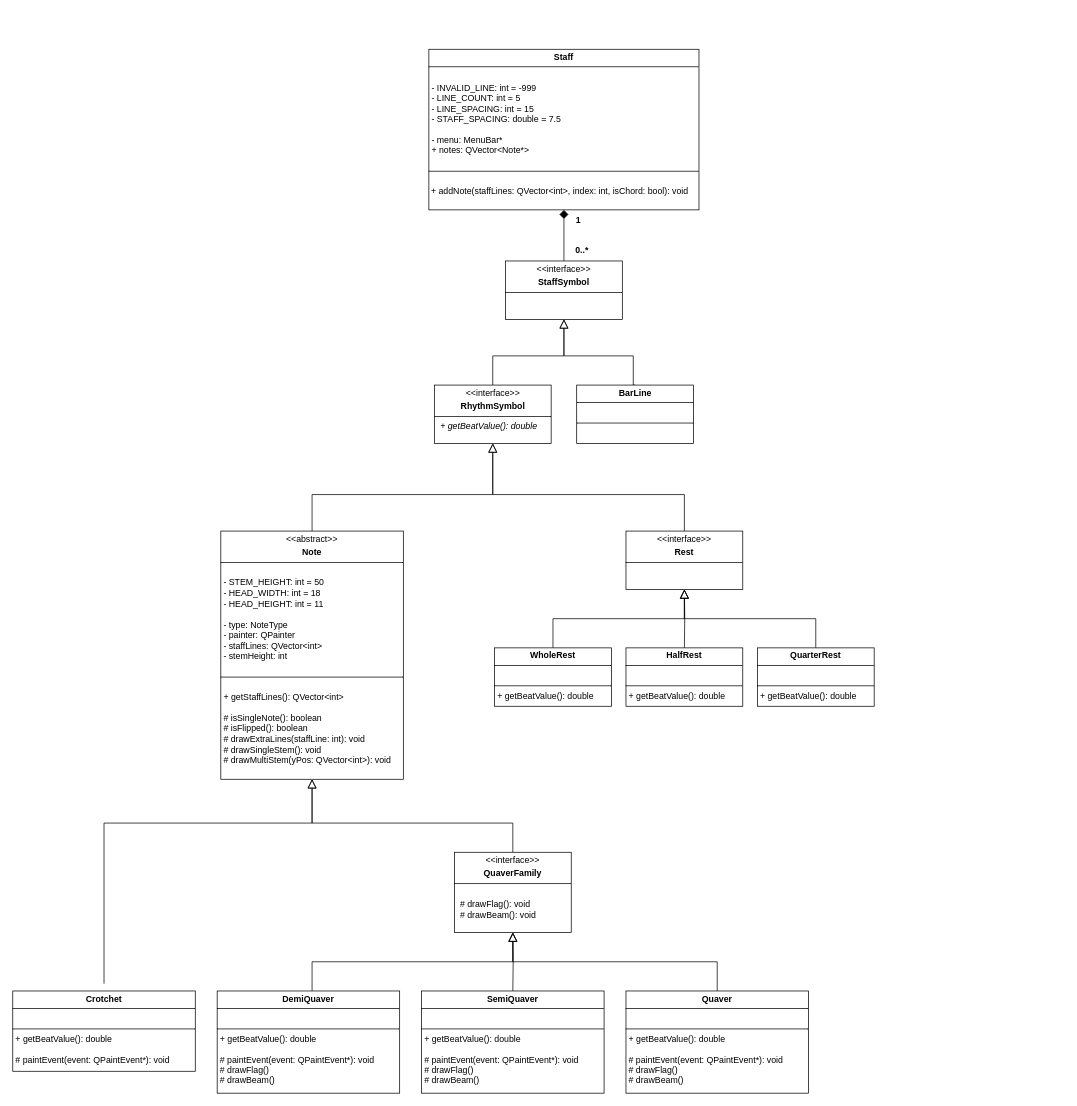
Above: UMLDiagram.drawio in EthanL285/TabPro (draw.io), before the change. Source tidied: cells renumbered, new cells numbered last; positions are measured from the earlier drawing's top-left corner, leaving out a move shared by most shapes. Both pictures are drawn from the tidied source at 73%, with x=0, y=0 at pixel (12, 49).
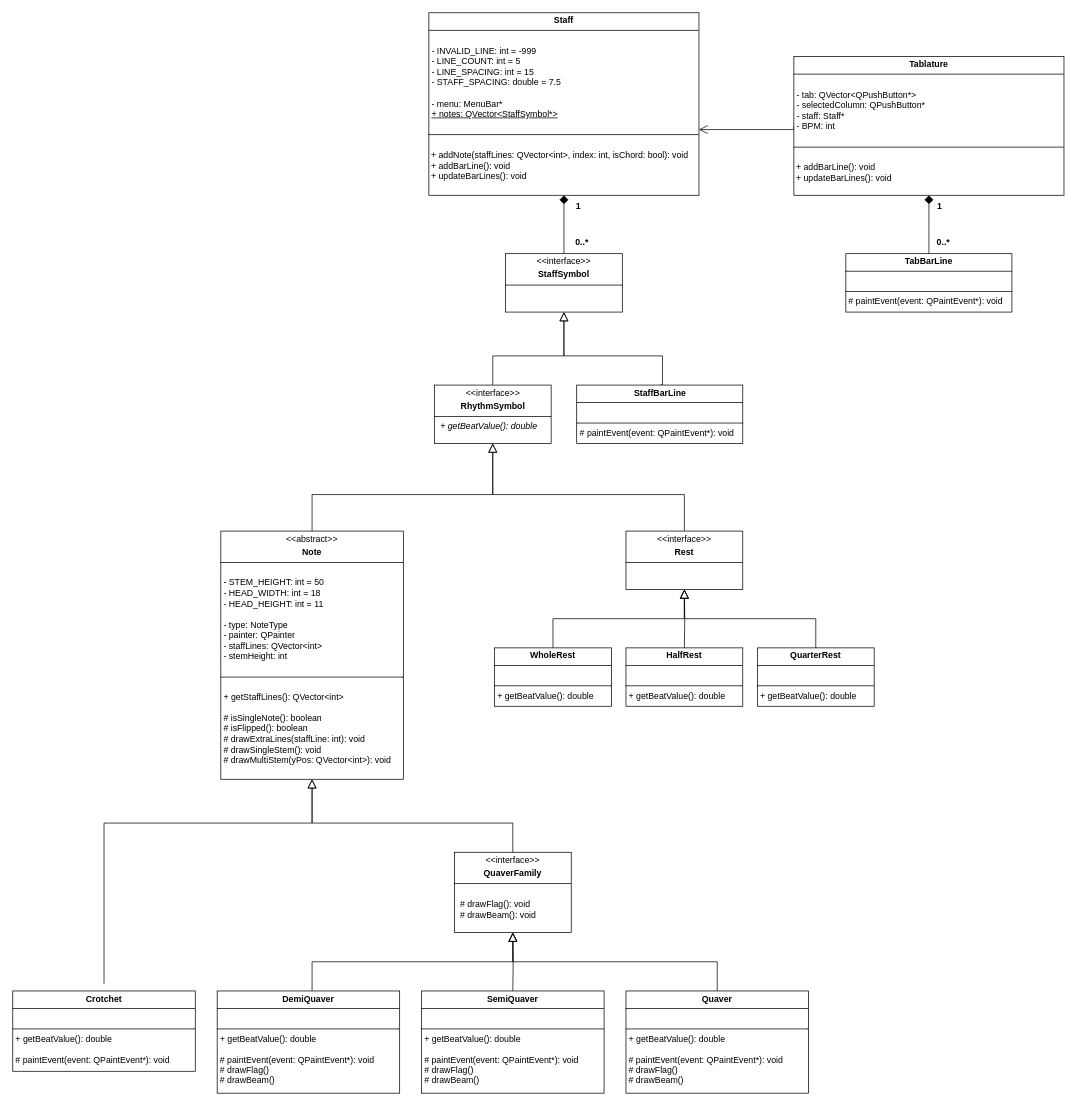
Above is the later version.

The edit, as a diff of the source:
```diff
@@
     <mxCell id="11" value="&lt;p style=&quot;margin: 4px 0px 0px; text-align: center;&quot;&gt;&amp;lt;&amp;lt;interface&amp;gt;&amp;gt;&lt;/p&gt;&lt;p style=&quot;margin: 4px 0px 0px; text-align: center;&quot;&gt;&lt;b&gt;StaffSymbol&lt;/b&gt;&lt;/p&gt;&lt;hr size=&quot;1&quot; style=&quot;border-style:solid;&quot;&gt;&lt;p style=&quot;margin:0px;margin-left:8px;&quot;&gt;&lt;br&gt;&lt;/p&gt;" style="verticalAlign=top;align=left;overflow=fill;html=1;whiteSpace=wrap;" parent="1" vertex="1">
-      <mxGeometry x="675" y="290" width="160" height="80" as="geometry" />
+      <mxGeometry x="675" y="280" width="160" height="80" as="geometry" />
     </mxCell>
@@
-    <mxCell id="19" value="&lt;p style=&quot;margin:0px;margin-top:4px;text-align:center;&quot;&gt;&lt;b style=&quot;background-color: initial;&quot;&gt;Staff&lt;/b&gt;&lt;/p&gt;&lt;hr size=&quot;1&quot; style=&quot;border-style:solid;&quot;&gt;&lt;p style=&quot;margin:0px;margin-left:4px;&quot;&gt;&lt;br&gt;&lt;/p&gt;&lt;p style=&quot;margin:0px;margin-left:4px;&quot;&gt;- INVALID_LINE: int = -999&lt;/p&gt;&lt;p style=&quot;margin:0px;margin-left:4px;&quot;&gt;&lt;span style=&quot;background-color: initial;&quot;&gt;- LINE_COUNT: int = 5&lt;/span&gt;&lt;/p&gt;&lt;p style=&quot;margin:0px;margin-left:4px;&quot;&gt;- LINE_SPACING: int = 15&lt;/p&gt;&lt;p style=&quot;margin: 0px 0px 0px 4px;&quot;&gt;- STAFF_SPACING: double = 7.5&lt;/p&gt;&lt;div&gt;&lt;br&gt;&lt;/div&gt;&lt;p style=&quot;margin:0px;margin-left:4px;&quot;&gt;&lt;span style=&quot;background-color: initial;&quot;&gt;- menu: MenuBar*&lt;/span&gt;&lt;/p&gt;&lt;p style=&quot;margin:0px;margin-left:4px;&quot;&gt;&lt;span style=&quot;background-color: initial;&quot;&gt;+ notes: QVector&amp;lt;Note*&amp;gt;&lt;/span&gt;&lt;/p&gt;&lt;p style=&quot;margin:0px;margin-left:4px;&quot;&gt;&lt;br&gt;&lt;/p&gt;&lt;hr size=&quot;1&quot; style=&quot;border-style:solid;&quot;&gt;&lt;br&gt;&lt;div&gt;&amp;nbsp;+ addNote(staffLines: QVector&amp;lt;int&amp;gt;, index: int, isChord: bool): void&lt;/div&gt;" style="verticalAlign=top;align=left;overflow=fill;html=1;whiteSpace=wrap;" parent="1" vertex="1">
-      <mxGeometry x="570" width="370" height="220" as="geometry" />
+    <mxCell id="19" value="&lt;p style=&quot;margin:0px;margin-top:4px;text-align:center;&quot;&gt;&lt;b style=&quot;background-color: initial;&quot;&gt;Staff&lt;/b&gt;&lt;/p&gt;&lt;hr size=&quot;1&quot; style=&quot;border-style:solid;&quot;&gt;&lt;p style=&quot;margin:0px;margin-left:4px;&quot;&gt;&lt;br&gt;&lt;/p&gt;&lt;p style=&quot;margin:0px;margin-left:4px;&quot;&gt;- INVALID_LINE: int = -999&lt;/p&gt;&lt;p style=&quot;margin:0px;margin-left:4px;&quot;&gt;&lt;span style=&quot;background-color: initial;&quot;&gt;- LINE_COUNT: int = 5&lt;/span&gt;&lt;/p&gt;&lt;p style=&quot;margin:0px;margin-left:4px;&quot;&gt;- LINE_SPACING: int = 15&lt;/p&gt;&lt;p style=&quot;margin: 0px 0px 0px 4px;&quot;&gt;- STAFF_SPACING: double = 7.5&lt;/p&gt;&lt;div&gt;&lt;br&gt;&lt;/div&gt;&lt;p style=&quot;margin:0px;margin-left:4px;&quot;&gt;&lt;span style=&quot;background-color: initial;&quot;&gt;- menu: MenuBar*&lt;/span&gt;&lt;/p&gt;&lt;p style=&quot;margin:0px;margin-left:4px;&quot;&gt;&lt;span style=&quot;background-color: initial;&quot;&gt;&lt;u&gt;+ notes: QVector&amp;lt;StaffSymbol*&amp;gt;&lt;/u&gt;&lt;/span&gt;&lt;/p&gt;&lt;p style=&quot;margin:0px;margin-left:4px;&quot;&gt;&lt;br&gt;&lt;/p&gt;&lt;hr size=&quot;1&quot; style=&quot;border-style:solid;&quot;&gt;&lt;br&gt;&lt;div&gt;&amp;nbsp;+ addNote(staffLines: QVector&amp;lt;int&amp;gt;, index: int, isChord: bool): void&lt;/div&gt;&lt;div&gt;&amp;nbsp;+ addBarLine(): void&lt;/div&gt;&lt;div&gt;&amp;nbsp;+ updateBarLines(): void&lt;/div&gt;&lt;div&gt;&lt;span style=&quot;background-color: initial;&quot;&gt;&lt;br&gt;&lt;/span&gt;&lt;/div&gt;&lt;div&gt;&lt;br&gt;&lt;/div&gt;&lt;div&gt;&lt;br&gt;&lt;br&gt;&lt;/div&gt;&lt;div&gt;&lt;br&gt;&lt;/div&gt;&lt;div&gt;&lt;br&gt;&lt;/div&gt;&lt;div&gt;&lt;br&gt;&lt;/div&gt;&lt;div&gt;&lt;br&gt;&lt;/div&gt;&lt;div&gt;&lt;br&gt;&lt;br&gt;&lt;/div&gt;" style="verticalAlign=top;align=left;overflow=fill;html=1;whiteSpace=wrap;" parent="1" vertex="1">
+      <mxGeometry x="570" y="-50" width="370" height="250" as="geometry" />
     </mxCell>
     <mxCell id="20" value="&lt;b&gt;1&lt;/b&gt;" style="text;html=1;align=center;verticalAlign=middle;whiteSpace=wrap;rounded=0;" parent="1" vertex="1">
-      <mxGeometry x="765" y="220" width="20" height="30" as="geometry" />
+      <mxGeometry x="765" y="200" width="20" height="30" as="geometry" />
     </mxCell>
     <mxCell id="21" value="&lt;b&gt;0..*&lt;/b&gt;" style="text;html=1;align=center;verticalAlign=middle;whiteSpace=wrap;rounded=0;" parent="1" vertex="1">
-      <mxGeometry x="765" y="260" width="30" height="30" as="geometry" />
+      <mxGeometry x="765" y="250" width="30" height="30" as="geometry" />
     </mxCell>
     <mxCell id="22" style="edgeStyle=orthogonalEdgeStyle;rounded=0;jettySize=auto;html=1;endSize=10;endArrow=block;endFill=0;exitX=0.5;exitY=0;exitDx=0;exitDy=0;" parent="1" edge="1" source="23" target="11">
       <mxGeometry relative="1" as="geometry">
         <Array as="points">
-          <mxPoint x="850" y="460" />
-          <mxPoint x="850" y="420" />
+          <mxPoint x="890" y="460" />
+          <mxPoint x="890" y="420" />
           <mxPoint x="755" y="420" />
         </Array>
       </mxGeometry>
     </mxCell>
-    <mxCell id="23" value="&lt;p style=&quot;margin:0px;margin-top:4px;text-align:center;&quot;&gt;&lt;b&gt;BarLine&lt;/b&gt;&lt;/p&gt;&lt;hr size=&quot;1&quot; style=&quot;border-style:solid;&quot;&gt;&lt;p style=&quot;margin:0px;margin-left:4px;&quot;&gt;&lt;br&gt;&lt;/p&gt;&lt;hr size=&quot;1&quot; style=&quot;border-style:solid;&quot;&gt;&lt;p style=&quot;margin:0px;margin-left:4px;&quot;&gt;&lt;br&gt;&lt;/p&gt;" style="verticalAlign=top;align=left;overflow=fill;html=1;whiteSpace=wrap;" parent="1" vertex="1">
-      <mxGeometry x="772.5" y="460" width="160" height="80" as="geometry" />
+    <mxCell id="23" value="&lt;p style=&quot;margin:0px;margin-top:4px;text-align:center;&quot;&gt;&lt;b&gt;StaffBarLine&lt;/b&gt;&lt;/p&gt;&lt;hr size=&quot;1&quot; style=&quot;border-style:solid;&quot;&gt;&lt;p style=&quot;margin:0px;margin-left:4px;&quot;&gt;&lt;br&gt;&lt;/p&gt;&lt;hr size=&quot;1&quot; style=&quot;border-style:solid;&quot;&gt;&lt;p style=&quot;margin: 0px 0px 0px 4px;&quot;&gt;# paintEvent(event: QPaintEvent*): void&lt;/p&gt;&lt;div&gt;&lt;br&gt;&lt;/div&gt;" style="verticalAlign=top;align=left;overflow=fill;html=1;whiteSpace=wrap;" parent="1" vertex="1">
+      <mxGeometry x="772.5" y="460" width="227.5" height="80" as="geometry" />
     </mxCell>
@@
+    <mxCell id="31" style="edgeStyle=orthogonalEdgeStyle;rounded=0;jettySize=auto;html=1;endSize=10;endArrow=diamond;endFill=1;" parent="1" edge="1" source="32" target="34">
+      <mxGeometry relative="1" as="geometry" />
+    </mxCell>
+    <mxCell id="32" value="&lt;p style=&quot;margin:0px;margin-top:4px;text-align:center;&quot;&gt;&lt;b&gt;TabBarLine&lt;/b&gt;&lt;/p&gt;&lt;hr size=&quot;1&quot; style=&quot;border-style:solid;&quot;&gt;&lt;p style=&quot;margin:0px;margin-left:4px;&quot;&gt;&lt;br&gt;&lt;/p&gt;&lt;hr size=&quot;1&quot; style=&quot;border-style:solid;&quot;&gt;&lt;p style=&quot;margin: 0px 0px 0px 4px;&quot;&gt;# paintEvent(event: QPaintEvent*): void&lt;/p&gt;&lt;div&gt;&lt;br&gt;&lt;/div&gt;" style="verticalAlign=top;align=left;overflow=fill;html=1;whiteSpace=wrap;" parent="1" vertex="1">
+      <mxGeometry x="1141.2" y="280" width="227.5" height="80" as="geometry" />
+    </mxCell>
+    <mxCell id="33" style="edgeStyle=orthogonalEdgeStyle;rounded=0;jettySize=auto;html=1;exitX=0;exitY=0.5;exitDx=0;exitDy=0;endArrow=open;endFill=0;endSize=10;" parent="1" edge="1" source="34" target="19">
+      <mxGeometry relative="1" as="geometry">
+        <Array as="points">
+          <mxPoint x="1020" y="110" />
+          <mxPoint x="1020" y="110" />
+        </Array>
+      </mxGeometry>
+    </mxCell>
+    <mxCell id="34" value="&lt;p style=&quot;margin:0px;margin-top:4px;text-align:center;&quot;&gt;&lt;b&gt;Tablature&lt;/b&gt;&lt;/p&gt;&lt;hr size=&quot;1&quot; style=&quot;border-style:solid;&quot;&gt;&lt;p style=&quot;margin:0px;margin-left:4px;&quot;&gt;&lt;br&gt;&lt;/p&gt;&lt;p style=&quot;margin:0px;margin-left:4px;&quot;&gt;- tab: QVector&amp;lt;QPushButton*&amp;gt;&lt;/p&gt;&lt;p style=&quot;margin:0px;margin-left:4px;&quot;&gt;- selectedColumn: QPushButton*&lt;/p&gt;&lt;p style=&quot;margin:0px;margin-left:4px;&quot;&gt;- staff: Staff*&lt;/p&gt;&lt;p style=&quot;margin:0px;margin-left:4px;&quot;&gt;- BPM: int&lt;/p&gt;&lt;p style=&quot;margin:0px;margin-left:4px;&quot;&gt;&lt;br&gt;&lt;/p&gt;&lt;hr size=&quot;1&quot; style=&quot;border-style:solid;&quot;&gt;&lt;br&gt;&lt;div&gt;&amp;nbsp;+ addBarLine(): void&lt;/div&gt;&lt;div&gt;&amp;nbsp;+ updateBarLines(): void&lt;/div&gt;&lt;div&gt;&lt;br&gt;&lt;/div&gt;" style="verticalAlign=top;align=left;overflow=fill;html=1;whiteSpace=wrap;" parent="1" vertex="1">
+      <mxGeometry x="1070" y="10" width="370" height="190" as="geometry" />
+    </mxCell>
+    <mxCell id="35" value="&lt;b&gt;0..*&lt;/b&gt;" style="text;html=1;align=center;verticalAlign=middle;whiteSpace=wrap;rounded=0;" parent="1" vertex="1">
+      <mxGeometry x="1260" y="250" width="30" height="30" as="geometry" />
+    </mxCell>
+    <mxCell id="36" value="&lt;b&gt;1&lt;/b&gt;" style="text;html=1;align=center;verticalAlign=middle;whiteSpace=wrap;rounded=0;" parent="1" vertex="1">
+      <mxGeometry x="1260" y="200" width="20" height="30" as="geometry" />
+    </mxCell>
```
